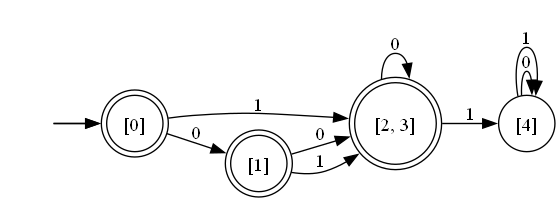
This is automataD.gv.png from donmatthiuz/Laboratorios_Teoria_Computacion-, a Graphviz export, as it was before one commit. Its source is kept beside it as automataD.gv.
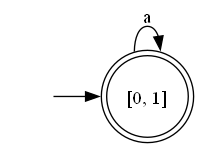
The same diagram one commit later.

Diff of the diagram source:
```diff
@@ -1,20 +1,9 @@
 digraph finite_state_machine {
 	rankdir=LR size="8,5"
 	node [shape=doublecircle]
-	"[2, 3]"
-	"[0]"
-	"[1]"
+	"[0, 1]"
 	node [shape=circle]
-	"[4]" -> "[4]" [label=0]
-	"[4]" -> "[4]" [label=1]
-	"[2, 3]" -> "[2, 3]" [label=0]
-	"[2, 3]" -> "[4]" [label=1]
 	"" [style=invis]
-	"" -> "[0]"
-	"[0]" -> "[1]" [label=0]
-	"" [style=invis]
-	"" -> "[0]"
-	"[0]" -> "[2, 3]" [label=1]
-	"[1]" -> "[2, 3]" [label=0]
-	"[1]" -> "[2, 3]" [label=1]
+	"" -> "[0, 1]"
+	"[0, 1]" -> "[0, 1]" [label=a]
 }
```
